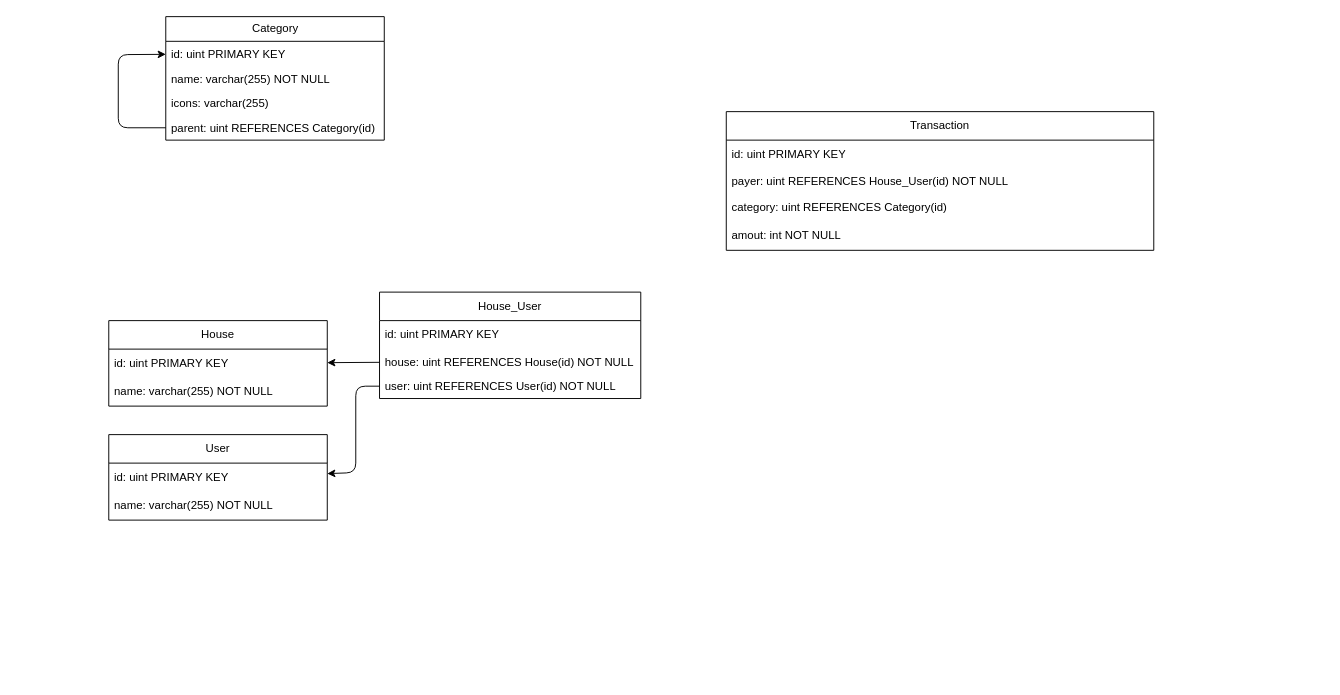
Earlier version of the draw.io diagram tables.drawio (Rombond/budgestify). Source tidied: cells renumbered, new cells numbered last; positions are measured from the earlier drawing's top-left corner, leaving out a move shared by most shapes. Both pictures are drawn from the tidied source at 95%, with x=0, y=0 at pixel (108, 16).
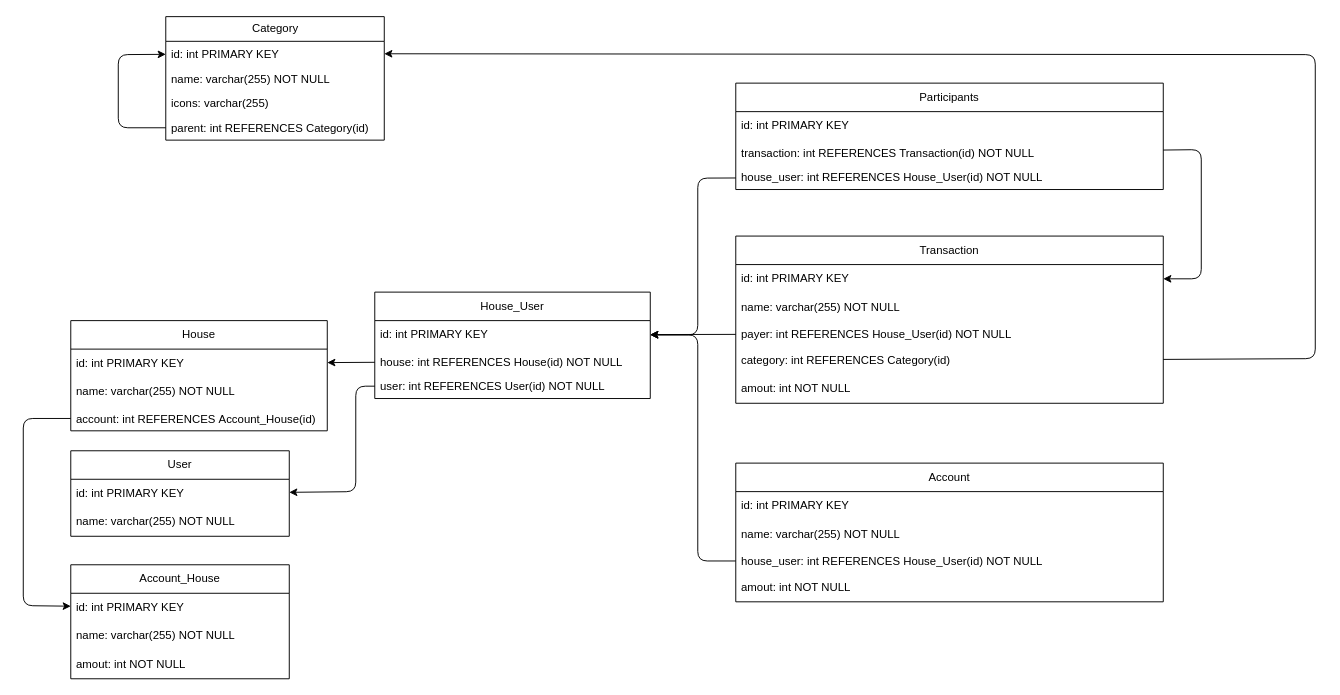
Above is the later version.

The change refers to these unchanged cells:
```xml
<mxCell id="2" value="Category" style="swimlane;fontStyle=0;horizontal=1;startSize=26;fillColor=none;html=1;" parent="1" vertex="1">
  <mxGeometry x="60" width="230" height="130" as="geometry" />
</mxCell>
```

Diff of the diagram source:
```diff
@@
-    <mxCell id="3" value="id: uint PRIMARY KEY" style="text;strokeColor=none;fillColor=none;align=left;verticalAlign=top;spacingLeft=4;spacingRight=4;overflow=hidden;points=[[0,0.5],[1,0.5]];portConstraint=eastwest;whiteSpace=wrap;html=1;" parent="2" vertex="1">
+    <mxCell id="3" value="id: int PRIMARY KEY" style="text;strokeColor=none;fillColor=none;align=left;verticalAlign=top;spacingLeft=4;spacingRight=4;overflow=hidden;points=[[0,0.5],[1,0.5]];portConstraint=eastwest;whiteSpace=wrap;html=1;" parent="2" vertex="1">
       <mxGeometry y="26" width="230" height="26" as="geometry" />
     </mxCell>
@@
-    <mxCell id="6" value="parent: uint REFERENCES Category(id)" style="text;strokeColor=none;fillColor=none;align=left;verticalAlign=top;spacingLeft=4;spacingRight=4;overflow=hidden;points=[[0,0.5],[1,0.5]];portConstraint=eastwest;whiteSpace=wrap;html=1;" parent="2" vertex="1">
+    <mxCell id="6" value="parent: int REFERENCES Category(id)" style="text;strokeColor=none;fillColor=none;align=left;verticalAlign=top;spacingLeft=4;spacingRight=4;overflow=hidden;points=[[0,0.5],[1,0.5]];portConstraint=eastwest;whiteSpace=wrap;html=1;" parent="2" vertex="1">
       <mxGeometry y="104" width="230" height="26" as="geometry" />
     </mxCell>
@@
     <mxCell id="8" value="House" style="swimlane;fontStyle=0;horizontal=1;startSize=30;whiteSpace=wrap;html=1;" parent="1" vertex="1">
-      <mxGeometry y="320" width="230" height="90" as="geometry" />
+      <mxGeometry x="-40" y="320" width="270" height="116" as="geometry" />
     </mxCell>
-    <mxCell id="9" value="id: uint PRIMARY KEY" style="text;strokeColor=none;fillColor=none;align=left;verticalAlign=middle;spacingLeft=4;spacingRight=4;overflow=hidden;points=[[0,0.5],[1,0.5]];portConstraint=eastwest;whiteSpace=wrap;html=1;" parent="8" vertex="1">
-      <mxGeometry y="30" width="230" height="30" as="geometry" />
+    <mxCell id="9" value="id: int PRIMARY KEY" style="text;strokeColor=none;fillColor=none;align=left;verticalAlign=middle;spacingLeft=4;spacingRight=4;overflow=hidden;points=[[0,0.5],[1,0.5]];portConstraint=eastwest;whiteSpace=wrap;html=1;" parent="8" vertex="1">
+      <mxGeometry y="30" width="270" height="30" as="geometry" />
     </mxCell>
     <mxCell id="10" value="name: varchar(255) NOT NULL" style="text;strokeColor=none;fillColor=none;align=left;verticalAlign=middle;spacingLeft=4;spacingRight=4;overflow=hidden;whiteSpace=wrap;html=1;" parent="8" vertex="1">
-      <mxGeometry y="60" width="230" height="30" as="geometry" />
+      <mxGeometry y="60" width="270" height="30" as="geometry" />
     </mxCell>
+    <mxCell id="25" value="account: int REFERENCES&amp;nbsp;&lt;span style=&quot;text-align: center;&quot;&gt;Account_House&lt;/span&gt;(id)" style="text;strokeColor=none;fillColor=none;align=left;verticalAlign=top;spacingLeft=4;spacingRight=4;overflow=hidden;points=[[0,0.5],[1,0.5]];portConstraint=eastwest;whiteSpace=wrap;html=1;" parent="8" vertex="1">
+      <mxGeometry y="90" width="270" height="26" as="geometry" />
+    </mxCell>
     <mxCell id="11" value="User" style="swimlane;fontStyle=0;horizontal=1;startSize=30;whiteSpace=wrap;html=1;" parent="1" vertex="1">
-      <mxGeometry y="440" width="230" height="90" as="geometry" />
+      <mxGeometry x="-40" y="457" width="230" height="90" as="geometry" />
     </mxCell>
-    <mxCell id="12" value="id: uint PRIMARY KEY" style="text;strokeColor=none;fillColor=none;align=left;verticalAlign=middle;spacingLeft=4;spacingRight=4;overflow=hidden;points=[[0,0.5],[1,0.5]];portConstraint=eastwest;whiteSpace=wrap;html=1;" parent="11" vertex="1">
+    <mxCell id="12" value="id: int PRIMARY KEY" style="text;strokeColor=none;fillColor=none;align=left;verticalAlign=middle;spacingLeft=4;spacingRight=4;overflow=hidden;points=[[0,0.5],[1,0.5]];portConstraint=eastwest;whiteSpace=wrap;html=1;" parent="11" vertex="1">
       <mxGeometry y="30" width="230" height="30" as="geometry" />
     </mxCell>
@@
     <mxCell id="14" value="House_User" style="swimlane;fontStyle=0;horizontal=1;startSize=30;whiteSpace=wrap;html=1;" parent="1" vertex="1">
-      <mxGeometry x="285" y="290" width="275" height="112" as="geometry" />
+      <mxGeometry x="280" y="290" width="290" height="112" as="geometry" />
     </mxCell>
-    <mxCell id="15" value="id: uint PRIMARY KEY" style="text;strokeColor=none;fillColor=none;align=left;verticalAlign=middle;spacingLeft=4;spacingRight=4;overflow=hidden;points=[[0,0.5],[1,0.5]];portConstraint=eastwest;whiteSpace=wrap;html=1;" parent="14" vertex="1">
-      <mxGeometry y="30" width="275" height="30" as="geometry" />
+    <mxCell id="15" value="id: int PRIMARY KEY" style="text;strokeColor=none;fillColor=none;align=left;verticalAlign=middle;spacingLeft=4;spacingRight=4;overflow=hidden;points=[[0,0.5],[1,0.5]];portConstraint=eastwest;whiteSpace=wrap;html=1;" parent="14" vertex="1">
+      <mxGeometry y="30" width="290" height="30" as="geometry" />
     </mxCell>
-    <mxCell id="16" value="house: uint REFERENCES House(id) NOT NULL" style="text;strokeColor=none;fillColor=none;align=left;verticalAlign=top;spacingLeft=4;spacingRight=4;overflow=hidden;points=[[0,0.5],[1,0.5]];portConstraint=eastwest;whiteSpace=wrap;html=1;" parent="14" vertex="1">
-      <mxGeometry y="60" width="275" height="26" as="geometry" />
+    <mxCell id="16" value="house: int REFERENCES House(id) NOT NULL" style="text;strokeColor=none;fillColor=none;align=left;verticalAlign=top;spacingLeft=4;spacingRight=4;overflow=hidden;points=[[0,0.5],[1,0.5]];portConstraint=eastwest;whiteSpace=wrap;html=1;" parent="14" vertex="1">
+      <mxGeometry y="60" width="290" height="26" as="geometry" />
     </mxCell>
-    <mxCell id="17" value="user: uint REFERENCES User(id) NOT NULL" style="text;strokeColor=none;fillColor=none;align=left;verticalAlign=top;spacingLeft=4;spacingRight=4;overflow=hidden;points=[[0,0.5],[1,0.5]];portConstraint=eastwest;whiteSpace=wrap;html=1;" parent="14" vertex="1">
-      <mxGeometry y="86" width="275" height="26" as="geometry" />
+    <mxCell id="17" value="user: int REFERENCES User(id) NOT NULL" style="text;strokeColor=none;fillColor=none;align=left;verticalAlign=top;spacingLeft=4;spacingRight=4;overflow=hidden;points=[[0,0.5],[1,0.5]];portConstraint=eastwest;whiteSpace=wrap;html=1;" parent="14" vertex="1">
+      <mxGeometry y="86" width="290" height="26" as="geometry" />
     </mxCell>
@@
     <mxCell id="19" style="endArrow=classic;html=1;" parent="1" edge="1" source="17" target="12">
       <mxGeometry relative="1" as="geometry">
         <Array as="points">
           <mxPoint x="260" y="389" />
-          <mxPoint x="260" y="480" />
+          <mxPoint x="260" y="500" />
         </Array>
       </mxGeometry>
     </mxCell>
     <mxCell id="20" value="Transaction" style="swimlane;fontStyle=0;horizontal=1;startSize=30;whiteSpace=wrap;html=1;" parent="1" vertex="1">
-      <mxGeometry x="650" y="100" width="450" height="146" as="geometry" />
+      <mxGeometry x="660" y="231" width="450" height="176" as="geometry" />
     </mxCell>
-    <mxCell id="21" value="id: uint PRIMARY KEY" style="text;strokeColor=none;fillColor=none;align=left;verticalAlign=middle;spacingLeft=4;spacingRight=4;overflow=hidden;points=[[0,0.5],[1,0.5]];portConstraint=eastwest;whiteSpace=wrap;html=1;" parent="20" vertex="1">
+    <mxCell id="21" value="id: int PRIMARY KEY" style="text;strokeColor=none;fillColor=none;align=left;verticalAlign=middle;spacingLeft=4;spacingRight=4;overflow=hidden;points=[[0,0.5],[1,0.5]];portConstraint=eastwest;whiteSpace=wrap;html=1;" parent="20" vertex="1">
       <mxGeometry y="30" width="450" height="30" as="geometry" />
     </mxCell>
+    <mxCell id="26" value="name: varchar(255) NOT NULL" style="text;strokeColor=none;fillColor=none;align=left;verticalAlign=middle;spacingLeft=4;spacingRight=4;overflow=hidden;whiteSpace=wrap;html=1;" parent="20" vertex="1">
+      <mxGeometry y="60" width="450" height="30" as="geometry" />
+    </mxCell>
-    <mxCell id="22" value="payer: uint REFERENCES House_User(id) NOT NULL" style="text;strokeColor=none;fillColor=none;align=left;verticalAlign=top;spacingLeft=4;spacingRight=4;overflow=hidden;points=[[0,0.5],[1,0.5]];portConstraint=eastwest;whiteSpace=wrap;html=1;" parent="20" vertex="1">
-      <mxGeometry y="60" width="450" height="26" as="geometry" />
+    <mxCell id="22" value="payer: int REFERENCES House_User(id) NOT NULL" style="text;strokeColor=none;fillColor=none;align=left;verticalAlign=top;spacingLeft=4;spacingRight=4;overflow=hidden;points=[[0,0.5],[1,0.5]];portConstraint=eastwest;whiteSpace=wrap;html=1;" parent="20" vertex="1">
+      <mxGeometry y="90" width="450" height="26" as="geometry" />
     </mxCell>
-    <mxCell id="23" value="category: uint REFERENCES Category(id)" style="text;strokeColor=none;fillColor=none;align=left;verticalAlign=middle;spacingLeft=4;spacingRight=4;overflow=hidden;points=[[0,0.5],[1,0.5]];portConstraint=eastwest;whiteSpace=wrap;html=1;" parent="20" vertex="1">
-      <mxGeometry y="86" width="450" height="30" as="geometry" />
+    <mxCell id="23" value="category: int REFERENCES Category(id)" style="text;strokeColor=none;fillColor=none;align=left;verticalAlign=middle;spacingLeft=4;spacingRight=4;overflow=hidden;points=[[0,0.5],[1,0.5]];portConstraint=eastwest;whiteSpace=wrap;html=1;" parent="20" vertex="1">
+      <mxGeometry y="116" width="450" height="30" as="geometry" />
     </mxCell>
     <mxCell id="24" value="amout: int NOT NULL" style="text;strokeColor=none;fillColor=none;align=left;verticalAlign=middle;spacingLeft=4;spacingRight=4;overflow=hidden;whiteSpace=wrap;html=1;" parent="20" vertex="1">
-      <mxGeometry y="116" width="450" height="30" as="geometry" />
+      <mxGeometry y="146" width="450" height="30" as="geometry" />
     </mxCell>
+    <mxCell id="27" style="endArrow=classic;html=1;" parent="1" edge="1" source="23" target="3">
+      <mxGeometry relative="1" as="geometry">
+        <Array as="points">
+          <mxPoint x="1270" y="360" />
+          <mxPoint x="1270" y="40" />
+        </Array>
+      </mxGeometry>
+    </mxCell>
+    <mxCell id="28" value="Participants" style="swimlane;fontStyle=0;horizontal=1;startSize=30;whiteSpace=wrap;html=1;" parent="1" vertex="1">
+      <mxGeometry x="660" y="70" width="450" height="112" as="geometry" />
+    </mxCell>
+    <mxCell id="29" value="id: int PRIMARY KEY" style="text;strokeColor=none;fillColor=none;align=left;verticalAlign=middle;spacingLeft=4;spacingRight=4;overflow=hidden;whiteSpace=wrap;html=1;" parent="28" vertex="1">
+      <mxGeometry y="30" width="450" height="30" as="geometry" />
+    </mxCell>
+    <mxCell id="30" value="transaction: int REFERENCES Transaction(id) NOT NULL" style="text;strokeColor=none;fillColor=none;align=left;verticalAlign=top;spacingLeft=4;spacingRight=4;overflow=hidden;points=[[0,0.5],[1,0.5]];portConstraint=eastwest;whiteSpace=wrap;html=1;" parent="28" vertex="1">
+      <mxGeometry y="60" width="450" height="26" as="geometry" />
+    </mxCell>
+    <mxCell id="31" value="house_user: int REFERENCES House_User(id) NOT NULL" style="text;strokeColor=none;fillColor=none;align=left;verticalAlign=top;spacingLeft=4;spacingRight=4;overflow=hidden;points=[[0,0.5],[1,0.5]];portConstraint=eastwest;whiteSpace=wrap;html=1;" parent="28" vertex="1">
+      <mxGeometry y="86" width="450" height="26" as="geometry" />
+    </mxCell>
+    <mxCell id="32" style="endArrow=classic;html=1;" parent="1" edge="1" source="30" target="21">
+      <mxGeometry relative="1" as="geometry">
+        <Array as="points">
+          <mxPoint x="1150" y="140" />
+          <mxPoint x="1150" y="276" />
+        </Array>
+      </mxGeometry>
+    </mxCell>
+    <mxCell id="33" value="Account" style="swimlane;fontStyle=0;horizontal=1;startSize=30;whiteSpace=wrap;html=1;" parent="1" vertex="1">
+      <mxGeometry x="660" y="470" width="450" height="146" as="geometry" />
+    </mxCell>
+    <mxCell id="34" value="id: int PRIMARY KEY" style="text;strokeColor=none;fillColor=none;align=left;verticalAlign=middle;spacingLeft=4;spacingRight=4;overflow=hidden;whiteSpace=wrap;html=1;" parent="33" vertex="1">
+      <mxGeometry y="30" width="450" height="30" as="geometry" />
+    </mxCell>
+    <mxCell id="35" value="name: varchar(255) NOT NULL" style="text;strokeColor=none;fillColor=none;align=left;verticalAlign=middle;spacingLeft=4;spacingRight=4;overflow=hidden;whiteSpace=wrap;html=1;" parent="33" vertex="1">
+      <mxGeometry y="60" width="450" height="30" as="geometry" />
+    </mxCell>
+    <mxCell id="36" value="house_user: int REFERENCES House_User(id) NOT NULL" style="text;strokeColor=none;fillColor=none;align=left;verticalAlign=top;spacingLeft=4;spacingRight=4;overflow=hidden;points=[[0,0.5],[1,0.5]];portConstraint=eastwest;whiteSpace=wrap;html=1;" parent="33" vertex="1">
+      <mxGeometry y="90" width="450" height="26" as="geometry" />
+    </mxCell>
+    <mxCell id="37" value="amout: int NOT NULL" style="text;strokeColor=none;fillColor=none;align=left;verticalAlign=middle;spacingLeft=4;spacingRight=4;overflow=hidden;whiteSpace=wrap;html=1;" parent="33" vertex="1">
+      <mxGeometry y="116" width="450" height="30" as="geometry" />
+    </mxCell>
+    <mxCell id="38" style="endArrow=classic;html=1;" parent="1" edge="1" source="36" target="15">
+      <mxGeometry relative="1" as="geometry">
+        <Array as="points">
+          <mxPoint x="620" y="573" />
+          <mxPoint x="620" y="335" />
+        </Array>
+      </mxGeometry>
+    </mxCell>
+    <mxCell id="39" style="endArrow=classic;html=1;" parent="1" edge="1" source="22" target="15">
+      <mxGeometry relative="1" as="geometry" />
+    </mxCell>
+    <mxCell id="40" style="endArrow=classic;html=1;" parent="1" edge="1" source="31" target="15">
+      <mxGeometry relative="1" as="geometry">
+        <Array as="points">
+          <mxPoint x="620" y="170" />
+          <mxPoint x="620" y="335" />
+        </Array>
+      </mxGeometry>
+    </mxCell>
+    <mxCell id="41" value="Account_House" style="swimlane;fontStyle=0;horizontal=1;startSize=30;whiteSpace=wrap;html=1;" parent="1" vertex="1">
+      <mxGeometry x="-40" y="577" width="230" height="120" as="geometry" />
+    </mxCell>
+    <mxCell id="42" value="id: int PRIMARY KEY" style="text;strokeColor=none;fillColor=none;align=left;verticalAlign=middle;spacingLeft=4;spacingRight=4;overflow=hidden;points=[[0,0.5],[1,0.5]];portConstraint=eastwest;whiteSpace=wrap;html=1;" parent="41" vertex="1">
+      <mxGeometry y="30" width="230" height="30" as="geometry" />
+    </mxCell>
+    <mxCell id="43" value="name: varchar(255) NOT NULL" style="text;strokeColor=none;fillColor=none;align=left;verticalAlign=middle;spacingLeft=4;spacingRight=4;overflow=hidden;whiteSpace=wrap;html=1;" parent="41" vertex="1">
+      <mxGeometry y="60" width="230" height="30" as="geometry" />
+    </mxCell>
+    <mxCell id="44" value="amout: int NOT NULL" style="text;strokeColor=none;fillColor=none;align=left;verticalAlign=middle;spacingLeft=4;spacingRight=4;overflow=hidden;whiteSpace=wrap;html=1;" parent="41" vertex="1">
+      <mxGeometry y="90" width="230" height="30" as="geometry" />
+    </mxCell>
+    <mxCell id="45" style="endArrow=classic;html=1;" parent="1" edge="1" source="25" target="42">
+      <mxGeometry relative="1" as="geometry">
+        <Array as="points">
+          <mxPoint x="-90" y="423" />
+          <mxPoint x="-90" y="620" />
+        </Array>
+      </mxGeometry>
+    </mxCell>
```
